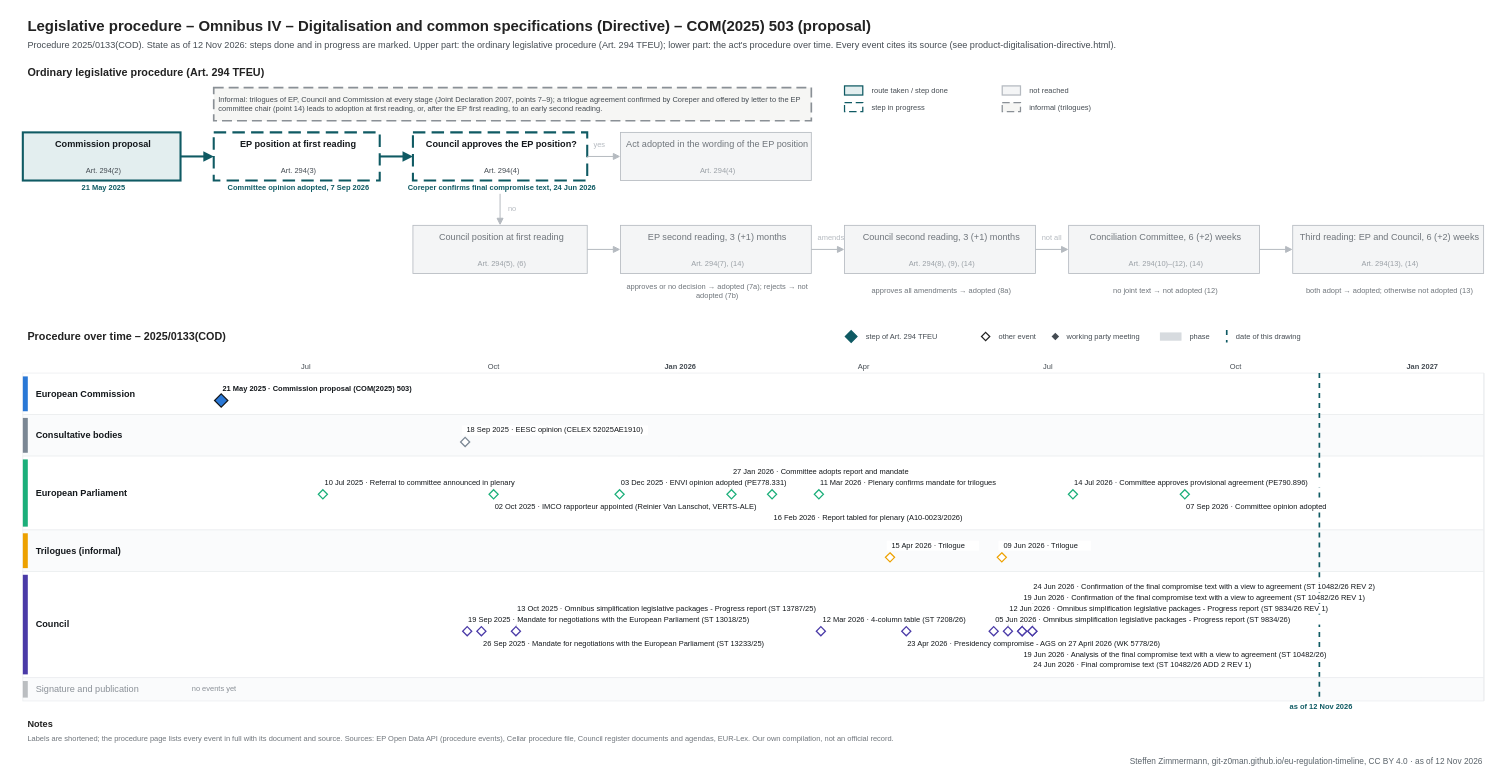
git-z0man/eu-regulation-timeline keeps this draw.io diagram as procedures/product-digitalisation-directive.drawio. Above is the earlier version. Source tidied: cells renumbered, new cells numbered last; positions are measured from the earlier drawing's top-left corner, leaving out a move shared by most shapes. Both pictures are drawn from the tidied source at 83%, with x=0, y=0 at pixel (14, 14).
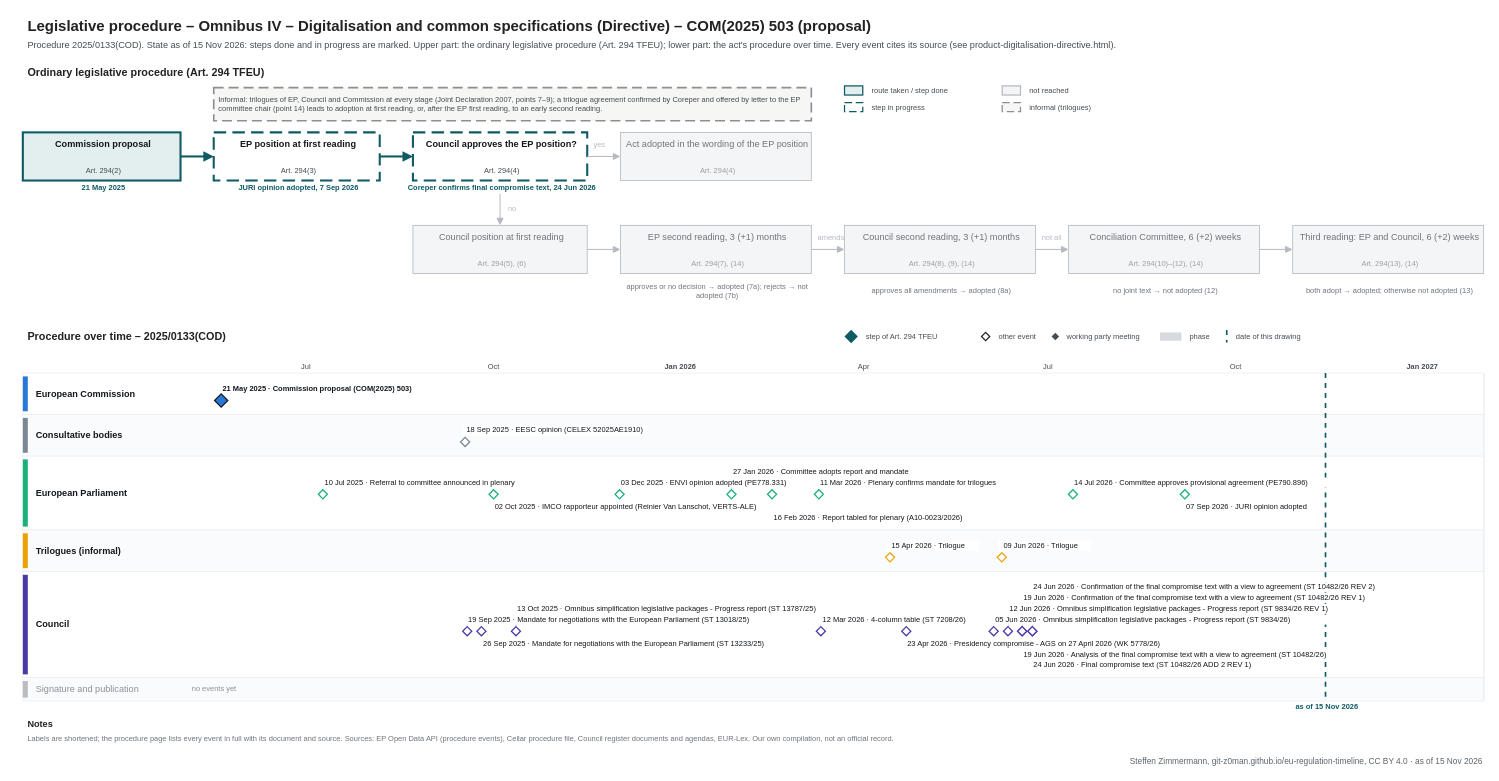
After the change.

The edit, as a diff of the source:
```diff
@@
-    <mxCell id="3" value="Procedure 2025/0133(COD). State as of 12 Nov 2026: steps done and in progress are marked. Upper part: the ordinary legislative procedure (Art. 294 TFEU); lower part: the act's procedure over time. Every event cites its source (see product-digitalisation-directive.html)." style="text;html=1;fontSize=11;fontColor=#454c53;align=left;verticalAlign=middle;spacingLeft=4;" parent="1" vertex="1">
+    <mxCell id="3" value="Procedure 2025/0133(COD). State as of 15 Nov 2026: steps done and in progress are marked. Upper part: the ordinary legislative procedure (Art. 294 TFEU); lower part: the act's procedure over time. Every event cites its source (see product-digitalisation-directive.html)." style="text;html=1;fontSize=11;fontColor=#454c53;align=left;verticalAlign=middle;spacingLeft=4;" parent="1" vertex="1">
       <mxGeometry x="10" y="28" width="1700" height="18" as="geometry" />
     </mxCell>
@@
-    <mxCell id="20" value="Committee opinion adopted, 7 Sep 2026" style="text;html=1;fontSize=9;fontColor=#0f5a63;align=center;verticalAlign=middle;spacingLeft=4;fontStyle=1;" parent="1" vertex="1">
+    <mxCell id="20" value="JURI opinion adopted, 7 Sep 2026" style="text;html=1;fontSize=9;fontColor=#0f5a63;align=center;verticalAlign=middle;spacingLeft=4;fontStyle=1;" parent="1" vertex="1">
       <mxGeometry x="230" y="202" width="220" height="14" as="geometry" />
     </mxCell>
@@
     <mxCell id="120" style="line;html=1;strokeWidth=2;strokeColor=#0f5a63;direction=south;dashed=1;" parent="1" vertex="1">
-      <mxGeometry x="1571.6" y="432" width="1" height="395" as="geometry" />
+      <mxGeometry x="1579" y="432" width="1" height="395" as="geometry" />
     </mxCell>
-    <mxCell id="121" value="as of 12 Nov 2026" style="text;html=1;fontSize=9;fontColor=#0f5a63;align=center;verticalAlign=middle;spacingLeft=4;fontStyle=1;" parent="1" vertex="1">
-      <mxGeometry x="1511.6" y="828" width="120" height="12" as="geometry" />
+    <mxCell id="121" value="as of 15 Nov 2026" style="text;html=1;fontSize=9;fontColor=#0f5a63;align=center;verticalAlign=middle;spacingLeft=4;fontStyle=1;" parent="1" vertex="1">
+      <mxGeometry x="1519" y="828" width="120" height="12" as="geometry" />
     </mxCell>
@@
-    <mxCell id="135" value="07 Sep 2026 · Committee opinion adopted" style="text;html=1;fontSize=9;fontColor=#14181c;align=left;verticalAlign=middle;spacingLeft=4;fillColor=#ffffff;" parent="1" vertex="1">
-      <mxGeometry x="1406" y="587" width="191.3" height="12" as="geometry" />
+    <mxCell id="135" value="07 Sep 2026 · JURI opinion adopted" style="text;html=1;fontSize=9;fontColor=#14181c;align=left;verticalAlign=middle;spacingLeft=4;fillColor=#ffffff;" parent="1" vertex="1">
+      <mxGeometry x="1406" y="587" width="167.8" height="12" as="geometry" />
     </mxCell>
@@
-    <mxCell id="178" value="Steffen Zimmermann, git-z0man.github.io/eu-regulation-timeline, CC BY 4.0 · as of 12 Nov 2026" style="text;html=1;fontSize=10;fontColor=#5b646b;align=right;verticalAlign=middle;spacingLeft=4;" parent="1" vertex="1">
+    <mxCell id="178" value="Steffen Zimmermann, git-z0man.github.io/eu-regulation-timeline, CC BY 4.0 · as of 15 Nov 2026" style="text;html=1;fontSize=10;fontColor=#5b646b;align=right;verticalAlign=middle;spacingLeft=4;" parent="1" vertex="1">
       <mxGeometry x="10" y="891" width="1760" height="16" as="geometry" />
     </mxCell>
```
